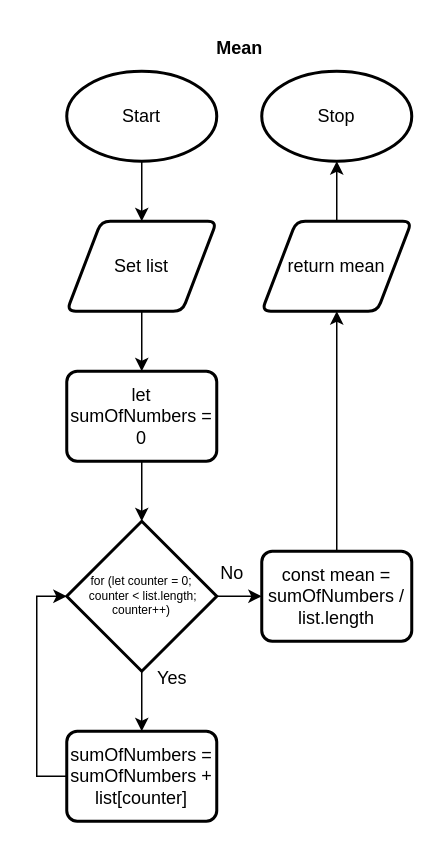
The draw.io diagram Unit1-06/design/flowchart-Mean.drawio in evan-beaudoin99/ICS4U-Unit1-Evan-Beaudoin, before the edit. Source tidied: cells renumbered, new cells numbered last; positions are measured from the earlier drawing's top-left corner, leaving out a move shared by most shapes. Both pictures are drawn from the tidied source at 150%, with x=0, y=0 at pixel (36, 26).
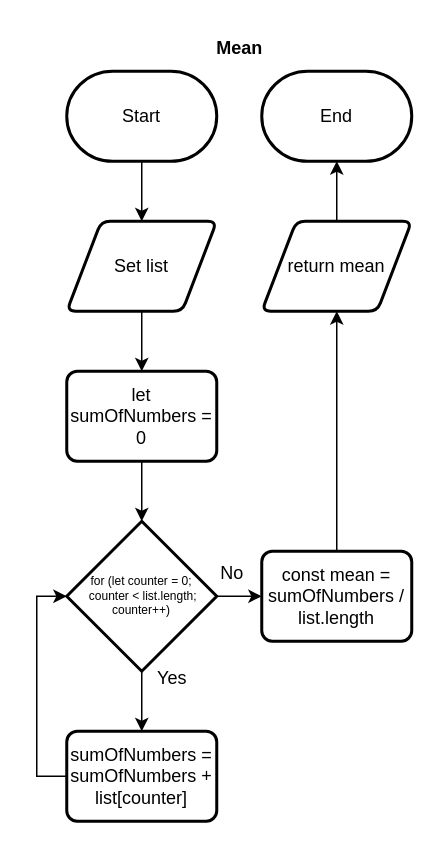
Above is the later version.

Unchanged cells that the change refers to:
```xml
<mxCell id="6" value="return mean" style="shape=parallelogram;html=1;strokeWidth=2;perimeter=parallelogramPerimeter;whiteSpace=wrap;rounded=1;arcSize=12;size=0.23;" parent="1" vertex="1">
  <mxGeometry x="150" y="130" width="100" height="60" as="geometry" />
</mxCell>
```

What changed in the source:
```diff
@@
-    <mxCell id="2" style="edgeStyle=none;html=1;entryX=0.5;entryY=0;entryDx=0;entryDy=0;" parent="1" edge="1" source="3">
+    <mxCell id="2" style="edgeStyle=none;html=1;entryX=0.5;entryY=0;entryDx=0;entryDy=0;" parent="1" edge="1">
       <mxGeometry relative="1" as="geometry">
+        <mxPoint x="70" y="90" as="sourcePoint" />
         <mxPoint x="70" y="130" as="targetPoint" />
       </mxGeometry>
     </mxCell>
-    <mxCell id="3" value="Start" style="strokeWidth=2;html=1;shape=mxgraph.flowchart.start_1;whiteSpace=wrap;" parent="1" vertex="1">
-      <mxGeometry x="20" y="30" width="100" height="60" as="geometry" />
-    </mxCell>
-    <mxCell id="4" value="Stop" style="strokeWidth=2;html=1;shape=mxgraph.flowchart.start_1;whiteSpace=wrap;" parent="1" vertex="1">
-      <mxGeometry x="150" y="30" width="100" height="60" as="geometry" />
-    </mxCell>
-    <mxCell id="5" style="edgeStyle=none;html=1;entryX=0.5;entryY=1;entryDx=0;entryDy=0;entryPerimeter=0;" parent="1" edge="1" source="6" target="4">
-      <mxGeometry relative="1" as="geometry" />
+    <mxCell id="5" style="edgeStyle=none;html=1;entryX=0.5;entryY=1;entryDx=0;entryDy=0;entryPerimeter=0;" parent="1" edge="1" source="6">
+      <mxGeometry relative="1" as="geometry">
+        <mxPoint x="200" y="90" as="targetPoint" />
+      </mxGeometry>
     </mxCell>
@@
+    <mxCell id="3" value="Start" style="strokeWidth=2;html=1;shape=mxgraph.flowchart.terminator;whiteSpace=wrap;" parent="1" vertex="1">
+      <mxGeometry x="20" y="30" width="100" height="60" as="geometry" />
+    </mxCell>
+    <mxCell id="21" value="End" style="strokeWidth=2;html=1;shape=mxgraph.flowchart.terminator;whiteSpace=wrap;" parent="1" vertex="1">
+      <mxGeometry x="150" y="30" width="100" height="60" as="geometry" />
+    </mxCell>
```
